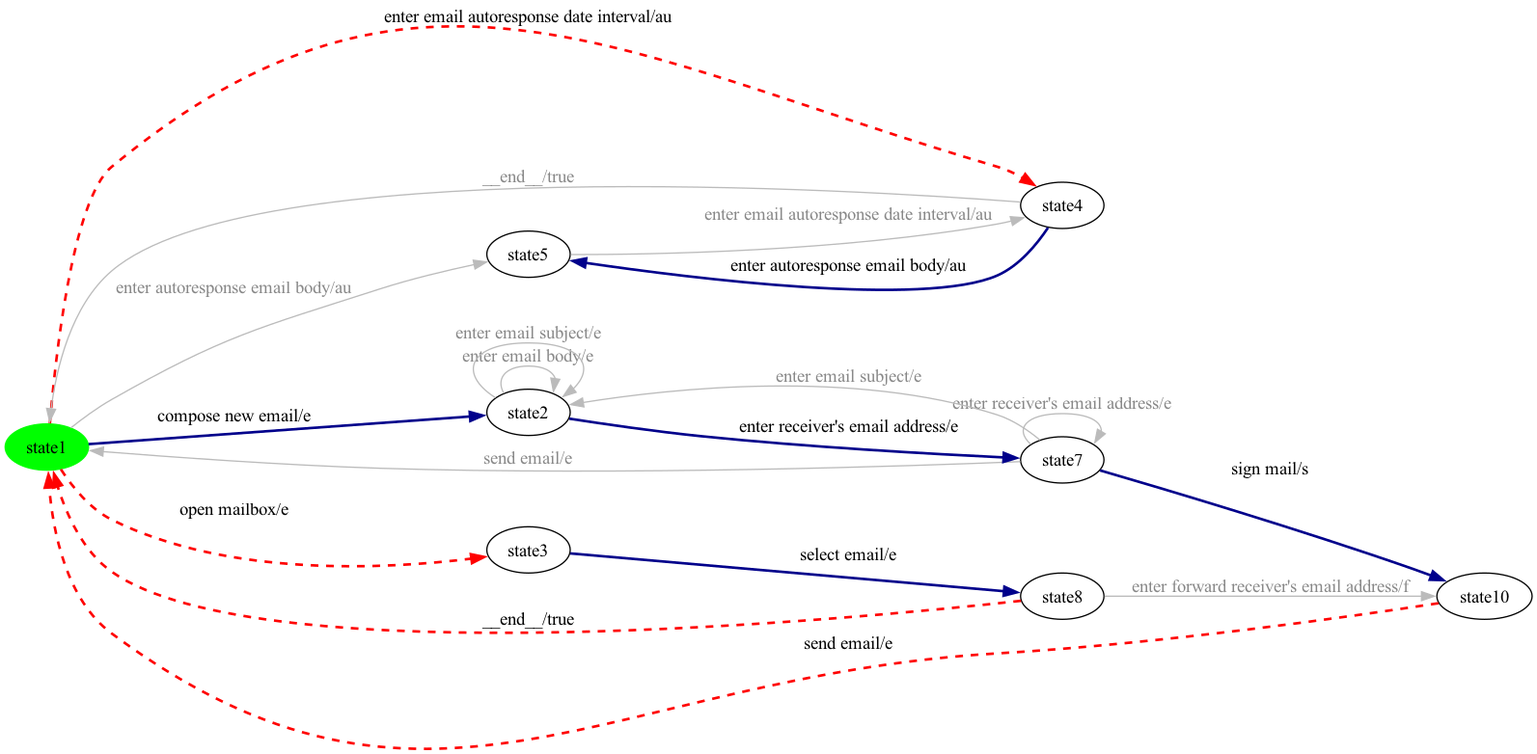
This is milestone-reports/per-product-all-states/eMail/eMail-product14-walk.png from dilekozturk93/vibes, a Graphviz export, as it was before one commit. Its source is kept beside it as milestone-reports/per-product-all-states/eMail/eMail-product14-walk.dot.
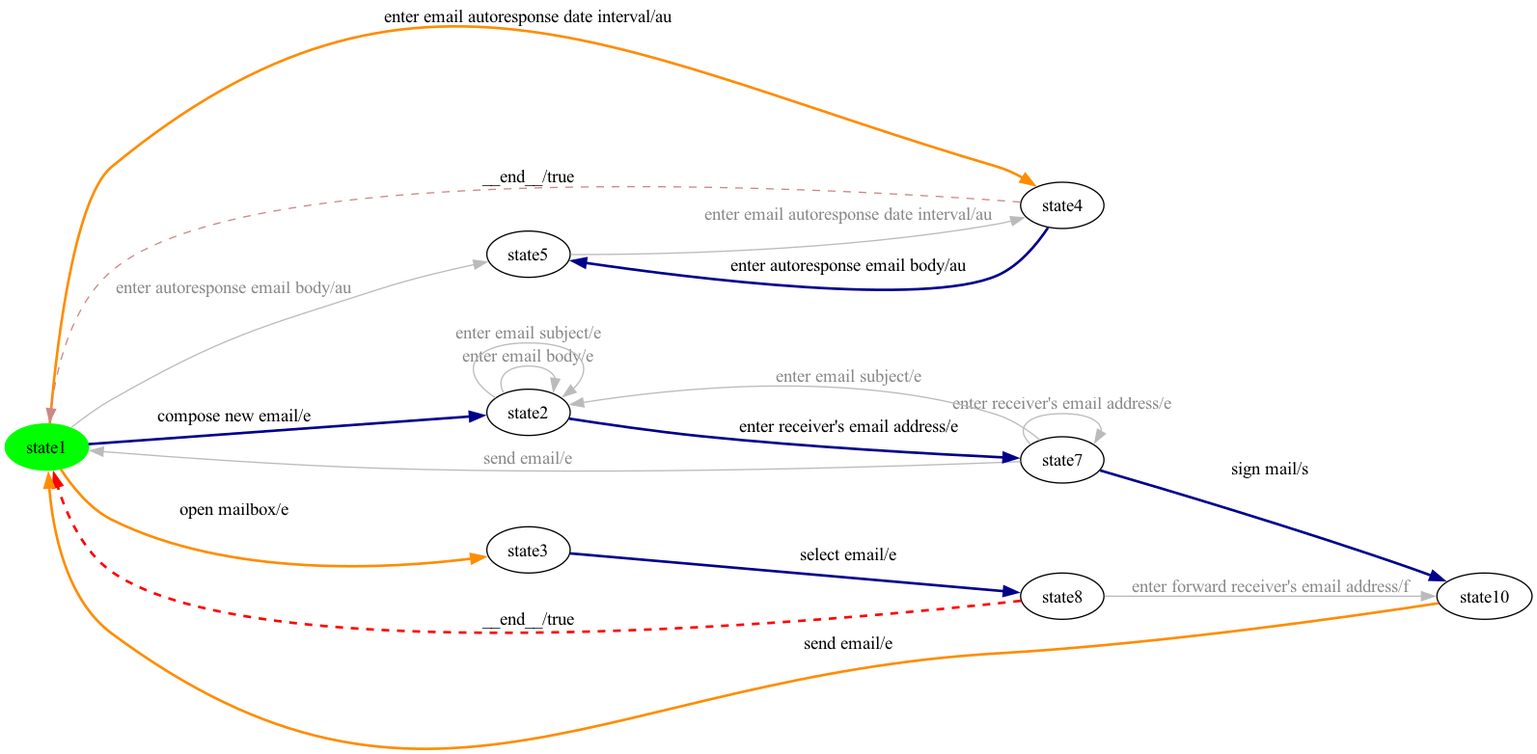
The same file after the commit.

Change to the diagram source:
```diff
@@ -15,15 +15,15 @@
 state4 -> state3 [ label=" sign mail/s ", style=bold, color=darkblue, penwidth=2 ];
 state5 -> state4 [ label=" enter receiver's email address/e ", style=bold, color=darkblue, penwidth=2 ];
 state4 -> state5 [ label=" enter email subject/e ", color="#bbbbbb", fontcolor="#888888" ];
-state0 -> state6 [ label=" enter email autoresponse date interval/au ", style=dashed, color=red, penwidth=2 ];
+state0 -> state6 [ label=" enter email autoresponse date interval/au ", style=bold, color=darkorange, penwidth=2 ];
 state0 -> state1 [ label=" enter autoresponse email body/au ", color="#bbbbbb", fontcolor="#888888" ];
-state6 -> state0 [ label=" __end__/true ", color="#bbbbbb", fontcolor="#888888" ];
+state6 -> state0 [ label=" __end__/true ", style=dashed, color="#cc8888" ];
 state2 -> state3 [ label=" enter forward receiver's email address/f ", color="#bbbbbb", fontcolor="#888888" ];
 state2 -> state0 [ label=" __end__/true ", style=dashed, color=red, penwidth=2 ];
-state0 -> state7 [ label=" open mailbox/e ", style=dashed, color=red, penwidth=2 ];
+state0 -> state7 [ label=" open mailbox/e ", style=bold, color=darkorange, penwidth=2 ];
 state0 -> state5 [ label=" compose new email/e ", style=bold, color=darkblue, penwidth=2 ];
 state5 -> state5 [ label=" enter email body/e ", color="#bbbbbb", fontcolor="#888888" ];
 state5 -> state5 [ label=" enter email subject/e ", color="#bbbbbb", fontcolor="#888888" ];
-state3 -> state0 [ label=" send email/e ", style=dashed, color=red, penwidth=2 ];
+state3 -> state0 [ label=" send email/e ", style=bold, color=darkorange, penwidth=2 ];
 state4 -> state4 [ label=" enter receiver's email address/e ", color="#bbbbbb", fontcolor="#888888" ];
 }
```
